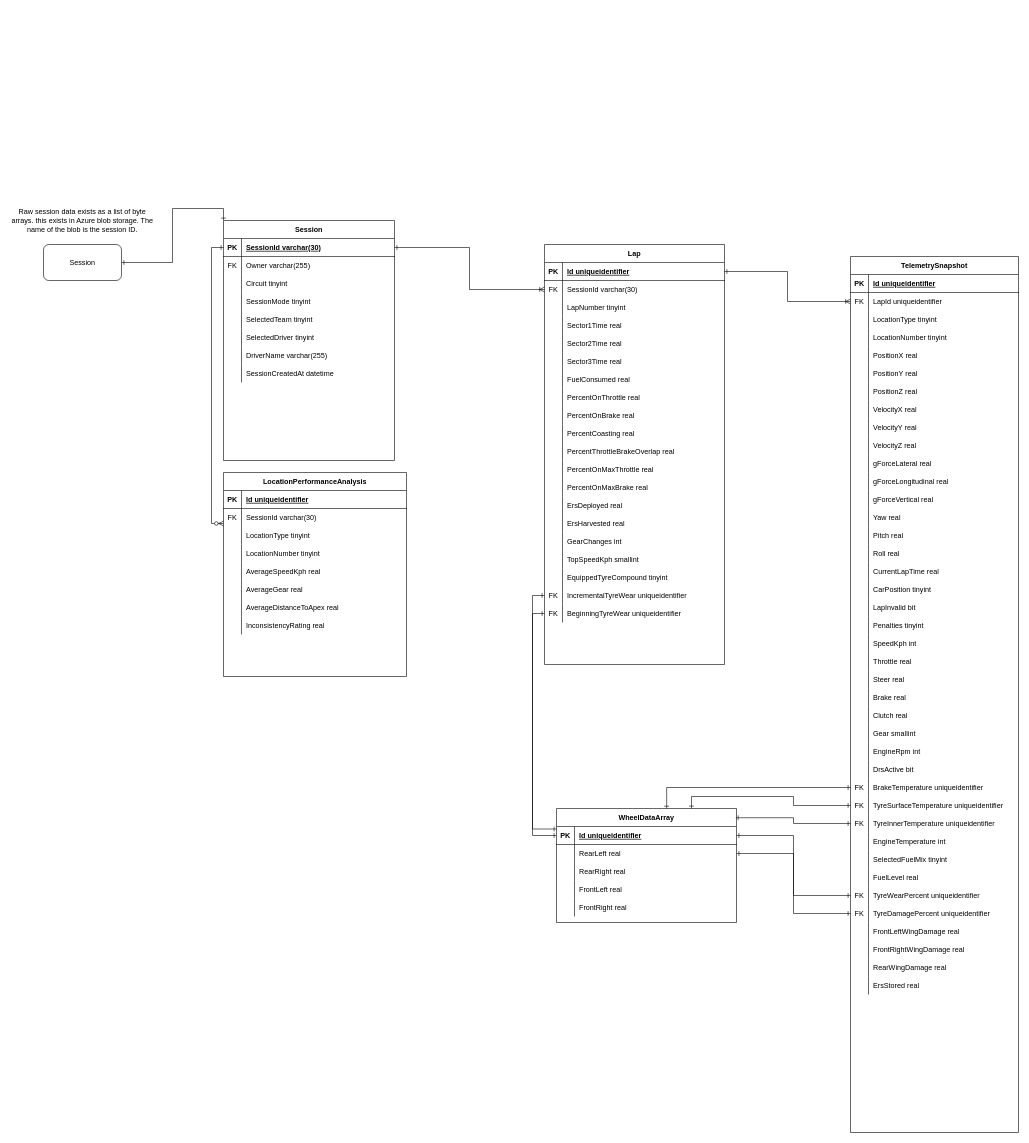
TimHanewich/ApexVisual.F1_2020 keeps this draw.io diagram as page "Sessions" (1 of 2) of Cloud Storage Maps/ApexVisualSqlErd.drawio. Above is the earlier version. Source tidied: cells renumbered, new cells numbered last; positions are measured from the earlier drawing's top-left corner, leaving out a move shared by most shapes. Both pictures are drawn from the tidied source at 60%, with x=0, y=0 at pixel (10, 202).
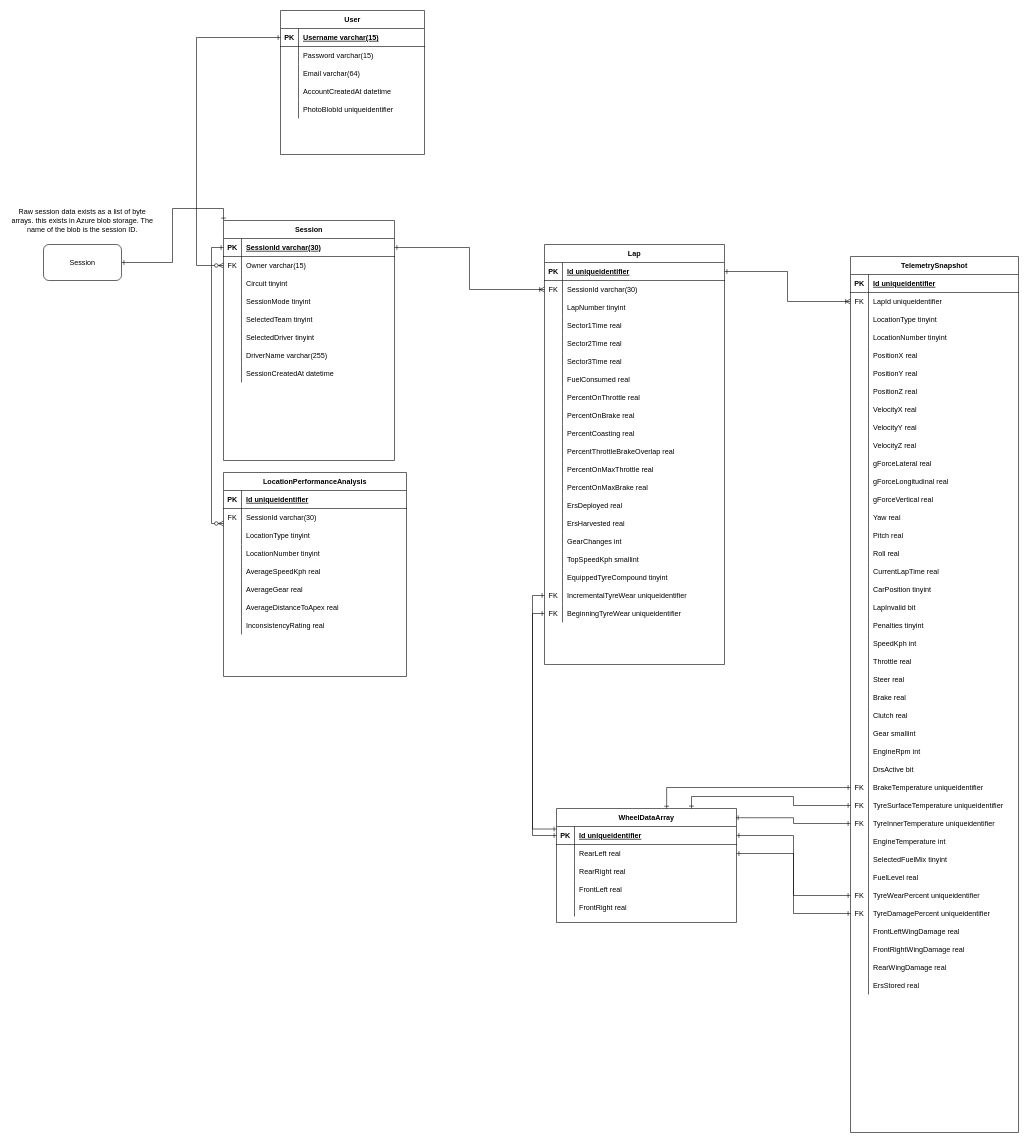
The same page after the edit.

Commit message:
Edited ERD to include User table

The change refers to these unchanged cells:
```xml
<mxCell id="130" style="shape=partialRectangle;fillColor=none;top=0;left=0;bottom=0;right=0;points=[[0,0.5],[1,0.5]];portConstraint=eastwest;" parent="126" vertex="1">
  <mxGeometry y="60" width="285" height="30" as="geometry" />
</mxCell>
```

Change to the diagram source:
```diff
@@
-    <mxCell id="132" value="Owner varchar(255)" style="shape=partialRectangle;fillColor=none;top=0;left=0;bottom=0;right=0;align=left;spacingLeft=6;overflow=hidden;" parent="130" vertex="1">
+    <mxCell id="132" value="Owner varchar(15)" style="shape=partialRectangle;fillColor=none;top=0;left=0;bottom=0;right=0;align=left;spacingLeft=6;overflow=hidden;" parent="130" vertex="1">
       <mxGeometry x="30" width="255" height="30" as="geometry" />
     </mxCell>
@@
+    <mxCell id="263" value="User" style="shape=table;startSize=30;childLayout=tableLayout;rowLines=0;fontStyle=1;align=center;" parent="1" vertex="1">
+      <mxGeometry x="450" y="-320" width="240" height="240" as="geometry" />
+    </mxCell>
+    <mxCell id="264" style="shape=partialRectangle;fillColor=none;top=0;left=0;bottom=1;right=0;points=[[0,0.5],[1,0.5]];portConstraint=eastwest;" parent="263" vertex="1">
+      <mxGeometry y="30" width="240" height="30" as="geometry" />
+    </mxCell>
+    <mxCell id="265" value="PK" style="shape=partialRectangle;fillColor=none;top=0;left=0;bottom=0;right=0;fontStyle=1;overflow=hidden;" parent="264" vertex="1">
+      <mxGeometry width="30" height="30" as="geometry" />
+    </mxCell>
+    <mxCell id="266" value="Username varchar(15)" style="shape=partialRectangle;fillColor=none;top=0;left=0;bottom=0;right=0;align=left;spacingLeft=6;fontStyle=5;overflow=hidden;" parent="264" vertex="1">
+      <mxGeometry x="30" width="210" height="30" as="geometry" />
+    </mxCell>
+    <mxCell id="267" style="shape=partialRectangle;fillColor=none;top=0;left=0;bottom=0;right=0;" parent="263" vertex="1">
+      <mxGeometry y="60" width="240" height="30" as="geometry" />
+    </mxCell>
+    <mxCell id="268" style="shape=partialRectangle;fillColor=none;top=0;left=0;bottom=0;right=0;overflow=hidden;" parent="267" vertex="1">
+      <mxGeometry width="30" height="30" as="geometry" />
+    </mxCell>
+    <mxCell id="269" value="Password varchar(15)" style="shape=partialRectangle;fillColor=none;top=0;left=0;bottom=0;right=0;align=left;spacingLeft=6;overflow=hidden;" parent="267" vertex="1">
+      <mxGeometry x="30" width="210" height="30" as="geometry" />
+    </mxCell>
+    <mxCell id="270" style="shape=partialRectangle;fillColor=none;top=0;left=0;bottom=0;right=0;" parent="263" vertex="1">
+      <mxGeometry y="90" width="240" height="30" as="geometry" />
+    </mxCell>
+    <mxCell id="271" style="shape=partialRectangle;fillColor=none;top=0;left=0;bottom=0;right=0;overflow=hidden;" parent="270" vertex="1">
+      <mxGeometry width="30" height="30" as="geometry" />
+    </mxCell>
+    <mxCell id="272" value="Email varchar(64)" style="shape=partialRectangle;fillColor=none;top=0;left=0;bottom=0;right=0;align=left;spacingLeft=6;overflow=hidden;" parent="270" vertex="1">
+      <mxGeometry x="30" width="210" height="30" as="geometry" />
+    </mxCell>
+    <mxCell id="273" style="shape=partialRectangle;fillColor=none;top=0;left=0;bottom=0;right=0;" parent="263" vertex="1">
+      <mxGeometry y="120" width="240" height="30" as="geometry" />
+    </mxCell>
+    <mxCell id="274" style="shape=partialRectangle;fillColor=none;top=0;left=0;bottom=0;right=0;overflow=hidden;" parent="273" vertex="1">
+      <mxGeometry width="30" height="30" as="geometry" />
+    </mxCell>
+    <mxCell id="275" value="AccountCreatedAt datetime" style="shape=partialRectangle;fillColor=none;top=0;left=0;bottom=0;right=0;align=left;spacingLeft=6;overflow=hidden;" parent="273" vertex="1">
+      <mxGeometry x="30" width="210" height="30" as="geometry" />
+    </mxCell>
+    <mxCell id="276" style="shape=partialRectangle;fillColor=none;top=0;left=0;bottom=0;right=0;" parent="263" vertex="1">
+      <mxGeometry y="150" width="240" height="30" as="geometry" />
+    </mxCell>
+    <mxCell id="277" style="shape=partialRectangle;fillColor=none;top=0;left=0;bottom=0;right=0;overflow=hidden;" parent="276" vertex="1">
+      <mxGeometry width="30" height="30" as="geometry" />
+    </mxCell>
+    <mxCell id="278" value="PhotoBlobId uniqueidentifier" style="shape=partialRectangle;fillColor=none;top=0;left=0;bottom=0;right=0;align=left;spacingLeft=6;overflow=hidden;" parent="276" vertex="1">
+      <mxGeometry x="30" width="210" height="30" as="geometry" />
+    </mxCell>
+    <mxCell id="279" style="edgeStyle=orthogonalEdgeStyle;rounded=0;jettySize=auto;html=1;exitX=0;exitY=0.5;exitDx=0;exitDy=0;entryX=0;entryY=0.5;entryDx=0;entryDy=0;startArrow=ERzeroToMany;startFill=1;endArrow=ERone;endFill=0;" parent="1" edge="1" source="130" target="264">
+      <mxGeometry relative="1" as="geometry">
+        <Array as="points">
+          <mxPoint x="310" y="105" />
+          <mxPoint x="310" y="-275" />
+        </Array>
+      </mxGeometry>
+    </mxCell>
```
